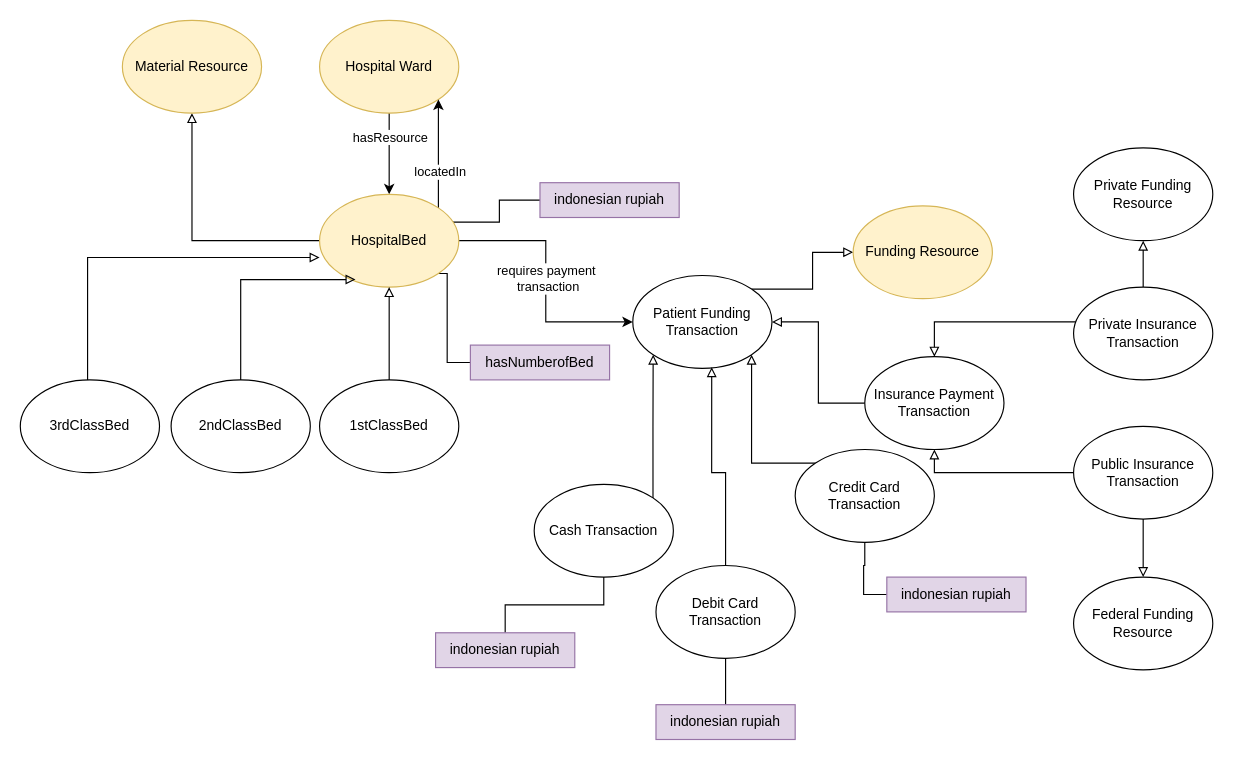
irhamniali/OGD_health keeps this draw.io diagram as page "HospitalBed" (5 of 6) of UPdate_ontology_Diagram_3.1.drawio. Above is the earlier version. Source tidied: cells renumbered, new cells numbered last; positions are measured from the earlier drawing's top-left corner, leaving out a move shared by most shapes. Both pictures are drawn from the tidied source at 116%, with x=0, y=0 at pixel (20, 20).
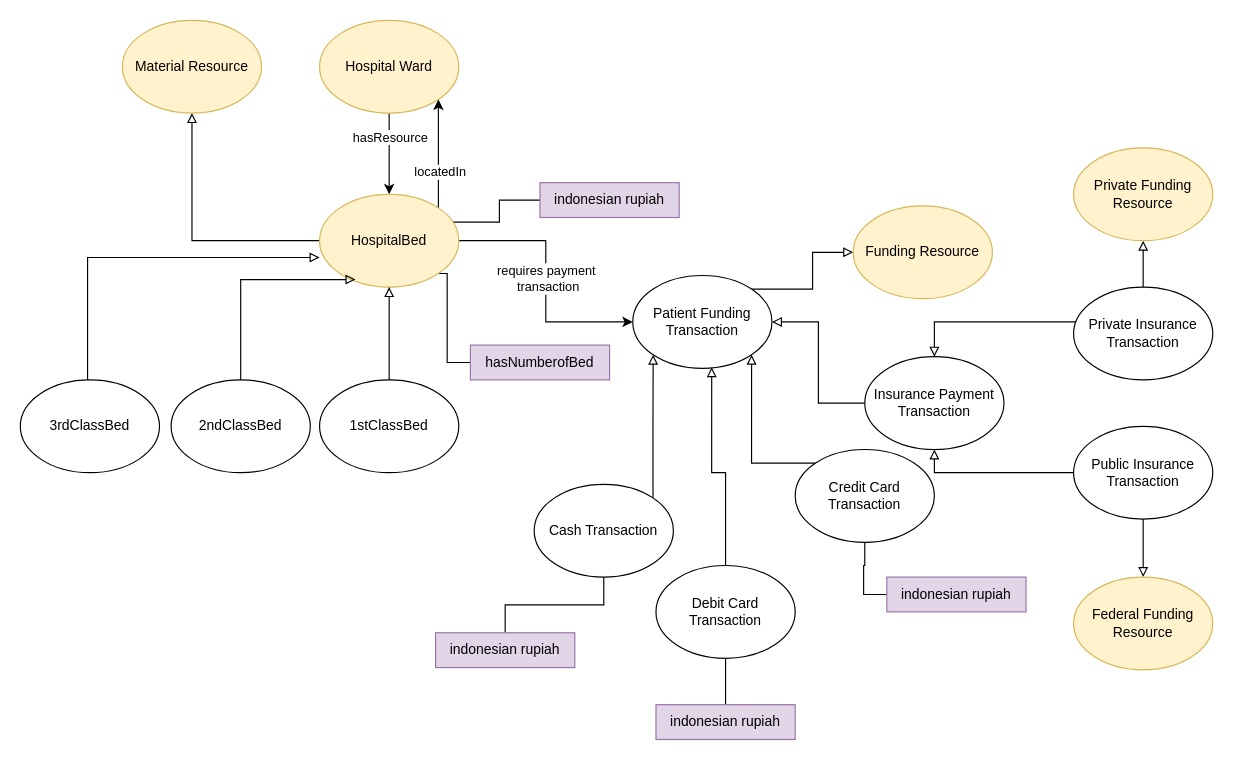
The same diagram, later.

The edit, as a diff of the source:
```diff
@@
-    <mxCell id="37" value="Private Funding Resource" style="ellipse;whiteSpace=wrap;html=1;" parent="1" vertex="1">
+    <mxCell id="37" value="Private Funding Resource" style="ellipse;whiteSpace=wrap;html=1;fillColor=#fff2cc;strokeColor=#d6b656;" parent="1" vertex="1">
       <mxGeometry x="908" y="110" width="120" height="80" as="geometry" />
     </mxCell>
-    <mxCell id="38" value="Federal Funding Resource" style="ellipse;whiteSpace=wrap;html=1;" parent="1" vertex="1">
+    <mxCell id="38" value="Federal Funding Resource" style="ellipse;whiteSpace=wrap;html=1;fillColor=#fff2cc;strokeColor=#d6b656;" parent="1" vertex="1">
       <mxGeometry x="908" y="480" width="120" height="80" as="geometry" />
     </mxCell>
```
